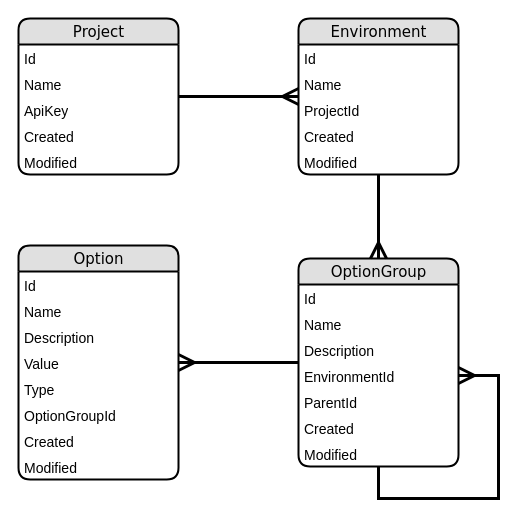
The draw.io diagram database-diagram.drawio in apashkov-ext/configuration-service.assets, before the edit. Source tidied: cells renumbered, new cells numbered last; positions are measured from the earlier drawing's top-left corner, leaving out a move shared by most shapes. Both pictures are drawn from the tidied source at 100%, with x=0, y=0 at pixel (18, 18).
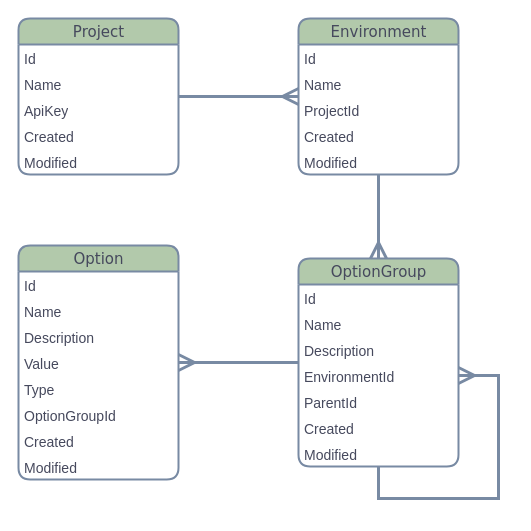
The same page after the edit.

Diff of the diagram source:
```diff
@@
-    <mxCell id="2" value="&lt;font style=&quot;font-size: 15px;&quot;&gt;Project&lt;/font&gt;" style="swimlane;html=1;fontStyle=0;horizontal=1;startSize=26;fillColor=#e0e0e0;swimlaneFillColor=#ffffff;align=center;rounded=1;shadow=0;comic=0;labelBackgroundColor=none;strokeWidth=2;fontFamily=Verdana;fontSize=15;" parent="1" vertex="1">
+    <mxCell id="2" value="&lt;font style=&quot;font-size: 15px;&quot;&gt;Project&lt;/font&gt;" style="swimlane;html=1;fontStyle=0;horizontal=1;startSize=26;fillColor=#B2C9AB;swimlaneFillColor=#ffffff;align=center;rounded=1;shadow=0;comic=0;labelBackgroundColor=none;strokeWidth=2;fontFamily=Verdana;fontSize=15;strokeColor=#788AA3;fontColor=#46495D;" parent="1" vertex="1">
       <mxGeometry width="160" height="156" as="geometry" />
     </mxCell>
-    <mxCell id="3" value="Id" style="text;html=1;strokeColor=none;fillColor=none;spacingLeft=4;spacingRight=4;whiteSpace=wrap;overflow=hidden;fontSize=14;" parent="2" vertex="1">
+    <mxCell id="3" value="Id" style="text;html=1;strokeColor=none;fillColor=none;spacingLeft=4;spacingRight=4;whiteSpace=wrap;overflow=hidden;fontSize=14;fontColor=#46495D;" parent="2" vertex="1">
       <mxGeometry y="26" width="160" height="26" as="geometry" />
     </mxCell>
-    <mxCell id="4" value="Name" style="text;html=1;strokeColor=none;fillColor=none;spacingLeft=4;spacingRight=4;whiteSpace=wrap;overflow=hidden;fontSize=14;" parent="2" vertex="1">
+    <mxCell id="4" value="Name" style="text;html=1;strokeColor=none;fillColor=none;spacingLeft=4;spacingRight=4;whiteSpace=wrap;overflow=hidden;fontSize=14;fontColor=#46495D;" parent="2" vertex="1">
       <mxGeometry y="52" width="160" height="26" as="geometry" />
     </mxCell>
-    <mxCell id="5" value="ApiKey" style="text;html=1;strokeColor=none;fillColor=none;spacingLeft=4;spacingRight=4;whiteSpace=wrap;overflow=hidden;fontSize=14;" parent="2" vertex="1">
+    <mxCell id="5" value="ApiKey" style="text;html=1;strokeColor=none;fillColor=none;spacingLeft=4;spacingRight=4;whiteSpace=wrap;overflow=hidden;fontSize=14;fontColor=#46495D;" parent="2" vertex="1">
       <mxGeometry y="78" width="160" height="26" as="geometry" />
     </mxCell>
-    <mxCell id="6" value="Created" style="text;html=1;strokeColor=none;fillColor=none;spacingLeft=4;spacingRight=4;whiteSpace=wrap;overflow=hidden;fontSize=14;" parent="2" vertex="1">
+    <mxCell id="6" value="Created" style="text;html=1;strokeColor=none;fillColor=none;spacingLeft=4;spacingRight=4;whiteSpace=wrap;overflow=hidden;fontSize=14;fontColor=#46495D;" parent="2" vertex="1">
       <mxGeometry y="104" width="160" height="26" as="geometry" />
     </mxCell>
-    <mxCell id="7" value="Modified" style="text;html=1;strokeColor=none;fillColor=none;spacingLeft=4;spacingRight=4;whiteSpace=wrap;overflow=hidden;fontSize=14;" parent="2" vertex="1">
+    <mxCell id="7" value="Modified" style="text;html=1;strokeColor=none;fillColor=none;spacingLeft=4;spacingRight=4;whiteSpace=wrap;overflow=hidden;fontSize=14;fontColor=#46495D;" parent="2" vertex="1">
       <mxGeometry y="130" width="160" height="26" as="geometry" />
     </mxCell>
-    <mxCell id="8" value="&lt;font style=&quot;font-size: 15px;&quot;&gt;Environment&lt;/font&gt;" style="swimlane;html=1;fontStyle=0;horizontal=1;startSize=26;fillColor=#e0e0e0;swimlaneFillColor=#ffffff;align=center;rounded=1;shadow=0;comic=0;labelBackgroundColor=none;strokeWidth=2;fontFamily=Verdana;fontSize=15;" parent="1" vertex="1">
+    <mxCell id="8" value="&lt;font style=&quot;font-size: 15px;&quot;&gt;Environment&lt;/font&gt;" style="swimlane;html=1;fontStyle=0;horizontal=1;startSize=26;fillColor=#B2C9AB;swimlaneFillColor=#ffffff;align=center;rounded=1;shadow=0;comic=0;labelBackgroundColor=none;strokeWidth=2;fontFamily=Verdana;fontSize=15;strokeColor=#788AA3;fontColor=#46495D;" parent="1" vertex="1">
       <mxGeometry x="280" width="160" height="156" as="geometry" />
     </mxCell>
-    <mxCell id="9" value="Id" style="text;html=1;strokeColor=none;fillColor=none;spacingLeft=4;spacingRight=4;whiteSpace=wrap;overflow=hidden;fontSize=14;" parent="8" vertex="1">
+    <mxCell id="9" value="Id" style="text;html=1;strokeColor=none;fillColor=none;spacingLeft=4;spacingRight=4;whiteSpace=wrap;overflow=hidden;fontSize=14;fontColor=#46495D;" parent="8" vertex="1">
       <mxGeometry y="26" width="160" height="26" as="geometry" />
     </mxCell>
-    <mxCell id="10" value="Name" style="text;html=1;strokeColor=none;fillColor=none;spacingLeft=4;spacingRight=4;whiteSpace=wrap;overflow=hidden;fontSize=14;" parent="8" vertex="1">
+    <mxCell id="10" value="Name" style="text;html=1;strokeColor=none;fillColor=none;spacingLeft=4;spacingRight=4;whiteSpace=wrap;overflow=hidden;fontSize=14;fontColor=#46495D;" parent="8" vertex="1">
       <mxGeometry y="52" width="160" height="26" as="geometry" />
     </mxCell>
-    <mxCell id="11" value="ProjectId" style="text;html=1;strokeColor=none;fillColor=none;spacingLeft=4;spacingRight=4;whiteSpace=wrap;overflow=hidden;fontSize=14;" parent="8" vertex="1">
+    <mxCell id="11" value="ProjectId" style="text;html=1;strokeColor=none;fillColor=none;spacingLeft=4;spacingRight=4;whiteSpace=wrap;overflow=hidden;fontSize=14;fontColor=#46495D;" parent="8" vertex="1">
       <mxGeometry y="78" width="160" height="26" as="geometry" />
     </mxCell>
-    <mxCell id="12" value="Created" style="text;html=1;strokeColor=none;fillColor=none;spacingLeft=4;spacingRight=4;whiteSpace=wrap;overflow=hidden;fontSize=14;" parent="8" vertex="1">
+    <mxCell id="12" value="Created" style="text;html=1;strokeColor=none;fillColor=none;spacingLeft=4;spacingRight=4;whiteSpace=wrap;overflow=hidden;fontSize=14;fontColor=#46495D;" parent="8" vertex="1">
       <mxGeometry y="104" width="160" height="26" as="geometry" />
     </mxCell>
-    <mxCell id="13" value="Modified" style="text;html=1;strokeColor=none;fillColor=none;spacingLeft=4;spacingRight=4;whiteSpace=wrap;overflow=hidden;fontSize=14;" parent="8" vertex="1">
+    <mxCell id="13" value="Modified" style="text;html=1;strokeColor=none;fillColor=none;spacingLeft=4;spacingRight=4;whiteSpace=wrap;overflow=hidden;fontSize=14;fontColor=#46495D;" parent="8" vertex="1">
       <mxGeometry y="130" width="160" height="26" as="geometry" />
     </mxCell>
-    <mxCell id="14" value="Option" style="swimlane;html=1;fontStyle=0;horizontal=1;startSize=26;fillColor=#e0e0e0;swimlaneFillColor=#ffffff;align=center;rounded=1;shadow=0;comic=0;labelBackgroundColor=none;strokeWidth=2;fontFamily=Verdana;fontSize=15;" parent="1" vertex="1">
+    <mxCell id="14" value="Option" style="swimlane;html=1;fontStyle=0;horizontal=1;startSize=26;fillColor=#B2C9AB;swimlaneFillColor=#ffffff;align=center;rounded=1;shadow=0;comic=0;labelBackgroundColor=none;strokeWidth=2;fontFamily=Verdana;fontSize=15;strokeColor=#788AA3;fontColor=#46495D;" parent="1" vertex="1">
       <mxGeometry y="227" width="160" height="234" as="geometry" />
     </mxCell>
-    <mxCell id="15" value="Id" style="text;html=1;strokeColor=none;fillColor=none;spacingLeft=4;spacingRight=4;whiteSpace=wrap;overflow=hidden;fontSize=14;" parent="14" vertex="1">
+    <mxCell id="15" value="Id" style="text;html=1;strokeColor=none;fillColor=none;spacingLeft=4;spacingRight=4;whiteSpace=wrap;overflow=hidden;fontSize=14;fontColor=#46495D;" parent="14" vertex="1">
       <mxGeometry y="26" width="160" height="26" as="geometry" />
     </mxCell>
-    <mxCell id="16" value="Name" style="text;html=1;strokeColor=none;fillColor=none;spacingLeft=4;spacingRight=4;whiteSpace=wrap;overflow=hidden;fontSize=14;" parent="14" vertex="1">
+    <mxCell id="16" value="Name" style="text;html=1;strokeColor=none;fillColor=none;spacingLeft=4;spacingRight=4;whiteSpace=wrap;overflow=hidden;fontSize=14;fontColor=#46495D;" parent="14" vertex="1">
       <mxGeometry y="52" width="160" height="26" as="geometry" />
     </mxCell>
-    <mxCell id="17" value="Description" style="text;html=1;strokeColor=none;fillColor=none;spacingLeft=4;spacingRight=4;whiteSpace=wrap;overflow=hidden;fontSize=14;" parent="14" vertex="1">
+    <mxCell id="17" value="Description" style="text;html=1;strokeColor=none;fillColor=none;spacingLeft=4;spacingRight=4;whiteSpace=wrap;overflow=hidden;fontSize=14;fontColor=#46495D;" parent="14" vertex="1">
       <mxGeometry y="78" width="160" height="26" as="geometry" />
     </mxCell>
-    <mxCell id="18" value="Value" style="text;html=1;strokeColor=none;fillColor=none;spacingLeft=4;spacingRight=4;whiteSpace=wrap;overflow=hidden;fontSize=14;" parent="14" vertex="1">
+    <mxCell id="18" value="Value" style="text;html=1;strokeColor=none;fillColor=none;spacingLeft=4;spacingRight=4;whiteSpace=wrap;overflow=hidden;fontSize=14;fontColor=#46495D;" parent="14" vertex="1">
       <mxGeometry y="104" width="160" height="26" as="geometry" />
     </mxCell>
-    <mxCell id="19" value="Type" style="text;html=1;strokeColor=none;fillColor=none;spacingLeft=4;spacingRight=4;whiteSpace=wrap;overflow=hidden;fontSize=14;" parent="14" vertex="1">
+    <mxCell id="19" value="Type" style="text;html=1;strokeColor=none;fillColor=none;spacingLeft=4;spacingRight=4;whiteSpace=wrap;overflow=hidden;fontSize=14;fontColor=#46495D;" parent="14" vertex="1">
       <mxGeometry y="130" width="160" height="26" as="geometry" />
     </mxCell>
-    <mxCell id="20" value="OptionGroupId" style="text;html=1;strokeColor=none;fillColor=none;spacingLeft=4;spacingRight=4;whiteSpace=wrap;overflow=hidden;fontSize=14;" parent="14" vertex="1">
+    <mxCell id="20" value="OptionGroupId" style="text;html=1;strokeColor=none;fillColor=none;spacingLeft=4;spacingRight=4;whiteSpace=wrap;overflow=hidden;fontSize=14;fontColor=#46495D;" parent="14" vertex="1">
       <mxGeometry y="156" width="160" height="26" as="geometry" />
     </mxCell>
-    <mxCell id="21" value="Created" style="text;html=1;strokeColor=none;fillColor=none;spacingLeft=4;spacingRight=4;whiteSpace=wrap;overflow=hidden;fontSize=14;" parent="14" vertex="1">
+    <mxCell id="21" value="Created" style="text;html=1;strokeColor=none;fillColor=none;spacingLeft=4;spacingRight=4;whiteSpace=wrap;overflow=hidden;fontSize=14;fontColor=#46495D;" parent="14" vertex="1">
       <mxGeometry y="182" width="160" height="26" as="geometry" />
     </mxCell>
-    <mxCell id="22" value="Modified" style="text;html=1;strokeColor=none;fillColor=none;spacingLeft=4;spacingRight=4;whiteSpace=wrap;overflow=hidden;fontSize=14;" parent="14" vertex="1">
+    <mxCell id="22" value="Modified" style="text;html=1;strokeColor=none;fillColor=none;spacingLeft=4;spacingRight=4;whiteSpace=wrap;overflow=hidden;fontSize=14;fontColor=#46495D;" parent="14" vertex="1">
       <mxGeometry y="208" width="160" height="26" as="geometry" />
     </mxCell>
-    <mxCell id="23" value="OptionGroup" style="swimlane;html=1;fontStyle=0;horizontal=1;startSize=26;fillColor=#e0e0e0;swimlaneFillColor=#ffffff;align=center;rounded=1;shadow=0;comic=0;labelBackgroundColor=none;strokeWidth=2;fontFamily=Verdana;fontSize=15;" parent="1" vertex="1">
+    <mxCell id="23" value="OptionGroup" style="swimlane;html=1;fontStyle=0;horizontal=1;startSize=26;fillColor=#B2C9AB;swimlaneFillColor=#ffffff;align=center;rounded=1;shadow=0;comic=0;labelBackgroundColor=none;strokeWidth=2;fontFamily=Verdana;fontSize=15;strokeColor=#788AA3;fontColor=#46495D;" parent="1" vertex="1">
       <mxGeometry x="280" y="240" width="160" height="208" as="geometry" />
     </mxCell>
-    <mxCell id="24" value="Id" style="text;html=1;strokeColor=none;fillColor=none;spacingLeft=4;spacingRight=4;whiteSpace=wrap;overflow=hidden;fontSize=14;" parent="23" vertex="1">
+    <mxCell id="24" value="Id" style="text;html=1;strokeColor=none;fillColor=none;spacingLeft=4;spacingRight=4;whiteSpace=wrap;overflow=hidden;fontSize=14;fontColor=#46495D;" parent="23" vertex="1">
       <mxGeometry y="26" width="160" height="26" as="geometry" />
     </mxCell>
-    <mxCell id="25" value="Name" style="text;html=1;strokeColor=none;fillColor=none;spacingLeft=4;spacingRight=4;whiteSpace=wrap;overflow=hidden;fontSize=14;" parent="23" vertex="1">
+    <mxCell id="25" value="Name" style="text;html=1;strokeColor=none;fillColor=none;spacingLeft=4;spacingRight=4;whiteSpace=wrap;overflow=hidden;fontSize=14;fontColor=#46495D;" parent="23" vertex="1">
       <mxGeometry y="52" width="160" height="26" as="geometry" />
     </mxCell>
-    <mxCell id="26" value="Description" style="text;html=1;strokeColor=none;fillColor=none;spacingLeft=4;spacingRight=4;whiteSpace=wrap;overflow=hidden;fontSize=14;" parent="23" vertex="1">
+    <mxCell id="26" value="Description" style="text;html=1;strokeColor=none;fillColor=none;spacingLeft=4;spacingRight=4;whiteSpace=wrap;overflow=hidden;fontSize=14;fontColor=#46495D;" parent="23" vertex="1">
       <mxGeometry y="78" width="160" height="26" as="geometry" />
     </mxCell>
-    <mxCell id="27" value="EnvironmentId" style="text;html=1;strokeColor=none;fillColor=none;spacingLeft=4;spacingRight=4;whiteSpace=wrap;overflow=hidden;points=[[0,0.5],[1,0.5]];portConstraint=eastwest;fontSize=14;" parent="23" vertex="1">
+    <mxCell id="27" value="EnvironmentId" style="text;html=1;strokeColor=none;fillColor=none;spacingLeft=4;spacingRight=4;whiteSpace=wrap;overflow=hidden;points=[[0,0.5],[1,0.5]];portConstraint=eastwest;fontSize=14;fontColor=#46495D;" parent="23" vertex="1">
       <mxGeometry y="104" width="160" height="26" as="geometry" />
     </mxCell>
-    <mxCell id="28" value="ParentId" style="text;html=1;strokeColor=none;fillColor=none;spacingLeft=4;spacingRight=4;whiteSpace=wrap;overflow=hidden;fontSize=14;" parent="23" vertex="1">
+    <mxCell id="28" value="ParentId" style="text;html=1;strokeColor=none;fillColor=none;spacingLeft=4;spacingRight=4;whiteSpace=wrap;overflow=hidden;fontSize=14;fontColor=#46495D;" parent="23" vertex="1">
       <mxGeometry y="130" width="160" height="26" as="geometry" />
     </mxCell>
-    <mxCell id="29" value="Created" style="text;html=1;strokeColor=none;fillColor=none;spacingLeft=4;spacingRight=4;whiteSpace=wrap;overflow=hidden;fontSize=14;" parent="23" vertex="1">
+    <mxCell id="29" value="Created" style="text;html=1;strokeColor=none;fillColor=none;spacingLeft=4;spacingRight=4;whiteSpace=wrap;overflow=hidden;fontSize=14;fontColor=#46495D;" parent="23" vertex="1">
       <mxGeometry y="156" width="160" height="26" as="geometry" />
     </mxCell>
-    <mxCell id="30" value="Modified" style="text;html=1;strokeColor=none;fillColor=none;spacingLeft=4;spacingRight=4;whiteSpace=wrap;overflow=hidden;points=[[0,0.5],[1,0.5]];portConstraint=eastwest;fontSize=14;" parent="23" vertex="1">
+    <mxCell id="30" value="Modified" style="text;html=1;strokeColor=none;fillColor=none;spacingLeft=4;spacingRight=4;whiteSpace=wrap;overflow=hidden;points=[[0,0.5],[1,0.5]];portConstraint=eastwest;fontSize=14;fontColor=#46495D;" parent="23" vertex="1">
       <mxGeometry y="182" width="160" height="26" as="geometry" />
     </mxCell>
-    <mxCell id="31" style="edgeStyle=orthogonalEdgeStyle;rounded=0;jettySize=auto;html=1;startArrow=ERmany;startFill=0;endArrow=none;endFill=0;startSize=12;endSize=12;strokeWidth=3;entryX=0.5;entryY=1;entryDx=0;entryDy=0;entryPerimeter=0;" parent="23" edge="1" source="27" target="30">
+    <mxCell id="31" style="edgeStyle=orthogonalEdgeStyle;rounded=0;jettySize=auto;html=1;startArrow=ERmany;startFill=0;endArrow=none;endFill=0;startSize=12;endSize=12;strokeWidth=3;entryX=0.5;entryY=1;entryDx=0;entryDy=0;entryPerimeter=0;strokeColor=#788AA3;fontColor=#46495D;" parent="23" edge="1" source="27" target="30">
       <mxGeometry relative="1" as="geometry">
         <Array as="points">
           <mxPoint x="200" y="117" />
           <mxPoint x="200" y="240" />
           <mxPoint x="80" y="240" />
         </Array>
       </mxGeometry>
     </mxCell>
-    <mxCell id="32" style="edgeStyle=orthogonalEdgeStyle;html=1;labelBackgroundColor=none;startFill=0;startSize=12;endFill=0;endSize=12;fontFamily=Verdana;fontSize=12;strokeWidth=3;endArrow=ERmany;" parent="1" edge="1" source="8" target="23">
+    <mxCell id="32" style="edgeStyle=orthogonalEdgeStyle;html=1;labelBackgroundColor=none;startFill=0;startSize=12;endFill=0;endSize=12;fontFamily=Verdana;fontSize=12;strokeWidth=3;endArrow=ERmany;strokeColor=#788AA3;fontColor=#46495D;" parent="1" edge="1" source="8" target="23">
       <mxGeometry relative="1" as="geometry" />
     </mxCell>
-    <mxCell id="33" style="edgeStyle=orthogonalEdgeStyle;html=1;labelBackgroundColor=none;startFill=0;startSize=12;endFill=0;endSize=12;fontFamily=Verdana;fontSize=12;strokeWidth=3;endArrow=none;startArrow=ERmany;" parent="1" edge="1" source="8" target="2">
+    <mxCell id="33" style="edgeStyle=orthogonalEdgeStyle;html=1;labelBackgroundColor=none;startFill=0;startSize=12;endFill=0;endSize=12;fontFamily=Verdana;fontSize=12;strokeWidth=3;endArrow=none;startArrow=ERmany;strokeColor=#788AA3;fontColor=#46495D;" parent="1" edge="1" source="8" target="2">
       <mxGeometry relative="1" as="geometry" />
     </mxCell>
-    <mxCell id="34" style="edgeStyle=orthogonalEdgeStyle;html=1;labelBackgroundColor=none;startFill=0;startSize=12;endFill=0;endSize=12;fontFamily=Verdana;fontSize=12;endArrow=none;startArrow=ERmany;strokeWidth=3;" parent="1" edge="1" source="14" target="23">
+    <mxCell id="34" style="edgeStyle=orthogonalEdgeStyle;html=1;labelBackgroundColor=none;startFill=0;startSize=12;endFill=0;endSize=12;fontFamily=Verdana;fontSize=12;endArrow=none;startArrow=ERmany;strokeWidth=3;strokeColor=#788AA3;fontColor=#46495D;" parent="1" edge="1" source="14" target="23">
       <mxGeometry relative="1" as="geometry" />
     </mxCell>
```
